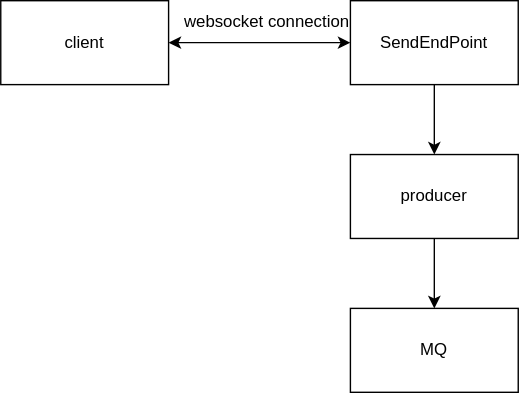
This is images/producer-design.drawio.svg from joeysbase/chat-flow, a draw.io export, as it was before one commit. Source tidied: cells renumbered, new cells last; positions are measured from the earlier drawing's top-left corner, leaving out a move shared by most shapes.
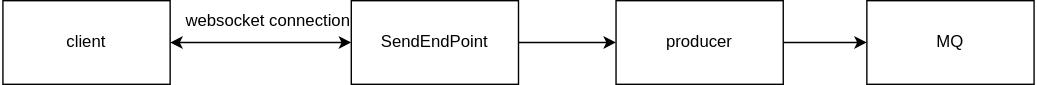
The same file after the commit.

The edit, as a diff of the source:
```diff
@@ -2,9 +2,9 @@
   <root>
     <mxCell id="0" />
     <mxCell id="1" parent="0" />
-    <mxCell id="2" style="edgeStyle=none;html=1;entryX=0.5;entryY=0;entryDx=0;entryDy=0;" parent="1" edge="1" source="3" target="8">
-      <mxGeometry relative="1" as="geometry" />
-    </mxCell>
+    <mxCell id="7" style="edgeStyle=none;html=1;entryX=0;entryY=0.5;entryDx=0;entryDy=0;" parent="1" edge="1" source="3" target="8">
+      <mxGeometry relative="1" as="geometry" />
+    </mxCell>
     <mxCell id="3" value="SendEndPoint" style="rounded=0;whiteSpace=wrap;html=1;" parent="1" vertex="1">
       <mxGeometry x="250" width="120" height="60" as="geometry" />
     </mxCell>
@@ -17,14 +17,14 @@
     <mxCell id="6" value="websocket connection" style="text;html=1;align=center;verticalAlign=middle;strokeColor=none;fillColor=none;" parent="1" vertex="1">
       <mxGeometry x="120" width="140" height="30" as="geometry" />
     </mxCell>
-    <mxCell id="7" style="edgeStyle=none;html=1;entryX=0.5;entryY=0;entryDx=0;entryDy=0;" parent="1" edge="1" source="8" target="9">
-      <mxGeometry relative="1" as="geometry" />
-    </mxCell>
+    <mxCell id="10" style="edgeStyle=none;html=1;" parent="1" edge="1" source="8" target="9">
+      <mxGeometry relative="1" as="geometry" />
+    </mxCell>
     <mxCell id="8" value="producer" style="rounded=0;whiteSpace=wrap;html=1;" parent="1" vertex="1">
-      <mxGeometry x="250" y="110" width="120" height="60" as="geometry" />
+      <mxGeometry x="440" width="120" height="60" as="geometry" />
     </mxCell>
     <mxCell id="9" value="MQ" style="rounded=0;whiteSpace=wrap;html=1;" parent="1" vertex="1">
-      <mxGeometry x="250" y="220" width="120" height="60" as="geometry" />
+      <mxGeometry x="620" width="120" height="60" as="geometry" />
     </mxCell>
   </root>
 </mxGraphModel>
```
